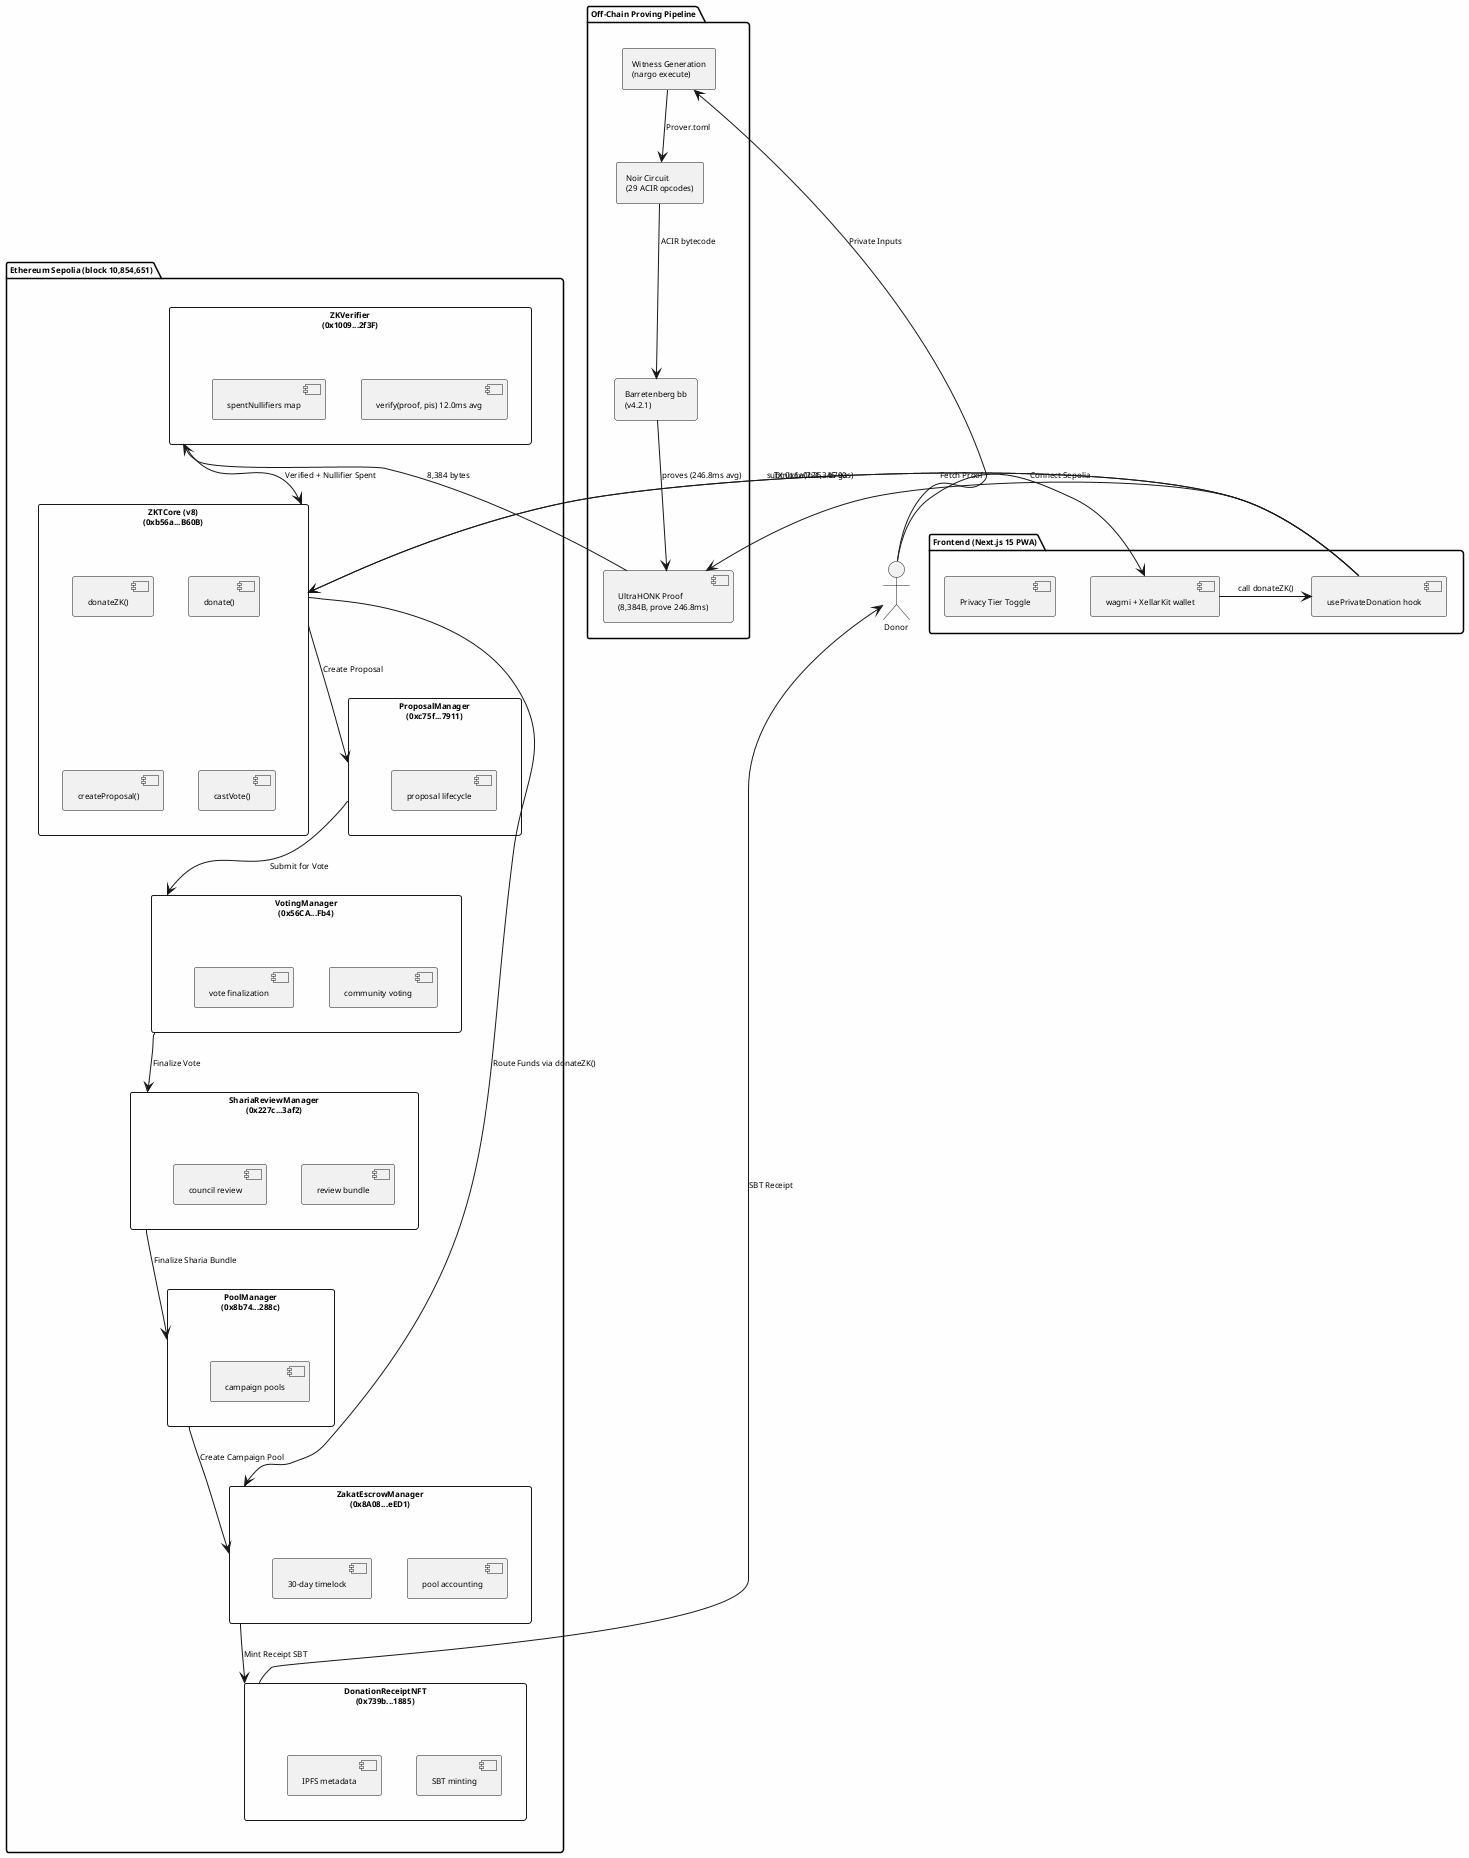
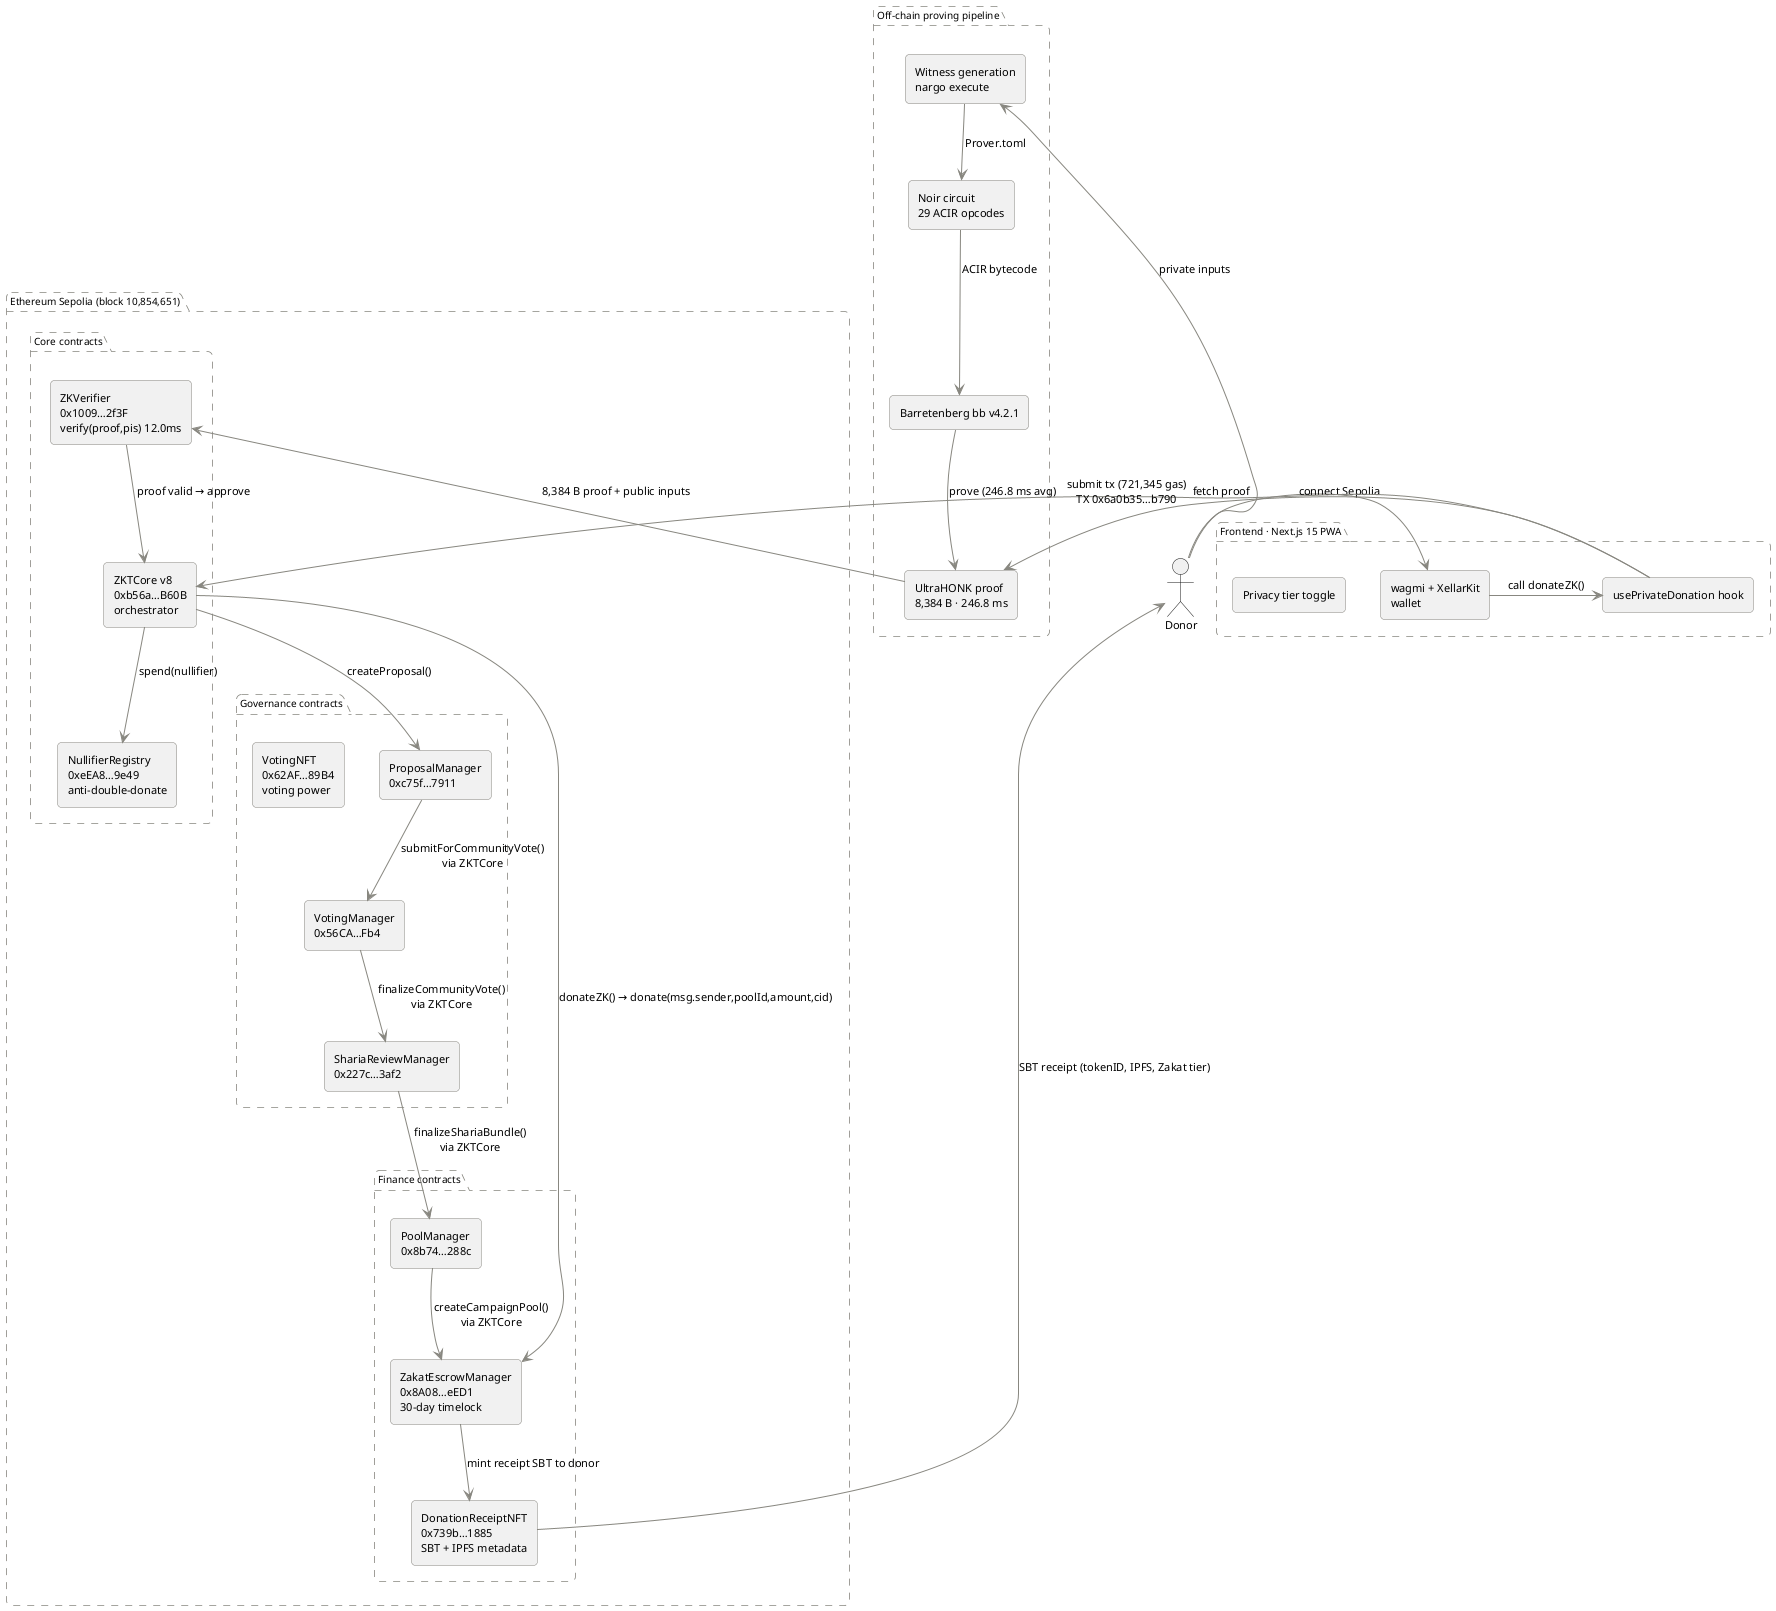
@startuml
- skinparam backgroundColor #FEFEFE
+ skinparam backgroundColor transparent
skinparam shadowing false
skinparam defaultFontName Arial
- skinparam defaultFontSize 8
- skinparam packagePadding 2
- skinparam nodePadding 2
+ skinparam defaultFontSize 11
+ skinparam ArrowColor #888780
+ skinparam ArrowThickness 1

+ skinparam rectangle {
+   BorderColor #888780
+   BorderThickness 0.5
+   RoundCorner 8
+ }
+ 
+ skinparam package {
+   BorderColor #888780
+   BorderThickness 0.8
+   BorderStyle dashed
+   RoundCorner 10
+   FontStyle plain
+   FontSize 10
+ }
+ 
+ skinparam component {
+   BorderColor #888780
+   BorderThickness 0.5
+   RoundCorner 6
+   FontSize 10
+ }

actor Donor

- package "Off-Chain Proving Pipeline" {
-   rectangle "Noir Circuit\n(29 ACIR opcodes)" as Circuit
-   rectangle "Barretenberg bb\n(v4.2.1)" as BB
-   rectangle "Witness Generation\n(nargo execute)" as Witness
-   component "UltraHONK Proof\n(8,384B, prove 246.8ms)" as Proof
+ ' ── Off-chain proving pipeline ──
+ package "Off-chain proving pipeline" {
+   rectangle "Witness generation\nnargo execute" as Witness
+   rectangle "Noir circuit\n29 ACIR opcodes" as Circuit
+   rectangle "Barretenberg bb v4.2.1" as BB
+   rectangle "UltraHONK proof\n8,384 B · 246.8 ms" as Proof
}

+ ' ── Ethereum Sepolia ──
package "Ethereum Sepolia (block 10,854,651)" {
-   rectangle "ZKVerifier\n(0x1009...2f3F)" as Verifier {
-     component "verify(proof, pis) 12.0ms avg"
-     component "spentNullifiers map"
+ 
+   package "Core contracts" {
+     rectangle "ZKVerifier\n0x1009…2f3F\nverify(proof,pis) 12.0ms" as Verifier
+     rectangle "ZKTCore v8\n0xb56a…B60B\norchestrator" as ZKTCore
+     rectangle "NullifierRegistry\n0xeEA8…9e49\nanti-double-donate" as Nullifier
  }
-   rectangle "ZKTCore (v8)\n(0xb56a...B60B)" as Core {
-     component "donateZK()"
-     component "donate()"
-     component "createProposal()"
-     component "castVote()"
+ 
+   package "Governance contracts" {
+     rectangle "ProposalManager\n0xc75f…7911" as PropMgr
+     rectangle "VotingManager\n0x56CA…Fb4" as VoteMgr
+     rectangle "VotingNFT\n0x62AF…89B4\nvoting power" as VNFT
+     rectangle "ShariaReviewManager\n0x227c…3af2" as ShariaMgr
  }
-   rectangle "ProposalManager\n(0xc75f...7911)" as PropMgr {
-     component "proposal lifecycle"
-   }
-   rectangle "VotingManager\n(0x56CA...Fb4)" as VoteMgr {
-     component "community voting"
-     component "vote finalization"
-   }
-   rectangle "ShariaReviewManager\n(0x227c...3af2)" as ShariaMgr {
-     component "review bundle"
-     component "council review"
-   }
-   rectangle "PoolManager\n(0x8b74...288c)" as PoolMgr {
-     component "campaign pools"
-   }
-   rectangle "ZakatEscrowManager\n(0x8A08...eED1)" as Escrow {
-     component "pool accounting"
-     component "30-day timelock"
-   }
-   rectangle "DonationReceiptNFT\n(0x739b...1885)" as NFT {
-     component "SBT minting"
-     component "IPFS metadata"
+ 
+   package "Finance contracts" {
+     rectangle "PoolManager\n0x8b74…288c" as PoolMgr
+     rectangle "ZakatEscrowManager\n0x8A08…eED1\n30-day timelock" as Escrow
+     rectangle "DonationReceiptNFT\n0x739b…1885\nSBT + IPFS metadata" as NFT
  }
}

- package "Frontend (Next.js 15 PWA)" as FE {
-   component "usePrivateDonation hook" as Hook
-   component "Privacy Tier Toggle" as Toggle
-   component "wagmi + XellarKit wallet" as Wallet
+ ' ── Frontend ──
+ package "Frontend · Next.js 15 PWA" {
+   rectangle "wagmi + XellarKit\nwallet" as Wallet
+   rectangle "usePrivateDonation hook" as Hook
+   rectangle "Privacy tier toggle" as Toggle
}

- Donor --> Witness : Private Inputs
- Witness --> Circuit : Prover.toml
- Circuit --> BB : ACIR bytecode
- BB --> Proof : proves (246.8ms avg)
- Proof --> Verifier : 8,384 bytes
- Verifier --> Core : Verified + Nullifier Spent
- Core --> PropMgr : Create Proposal
- PropMgr --> VoteMgr : Submit for Vote
- VoteMgr --> ShariaMgr : Finalize Vote
- ShariaMgr --> PoolMgr : Finalize Sharia Bundle
- PoolMgr --> Escrow : Create Campaign Pool
- Core --> Escrow : Route Funds via donateZK()
- Escrow --> NFT : Mint Receipt SBT
- NFT --> Donor : SBT Receipt
+ ' ── Off-chain flow ──
+ Donor     --> Witness  : private inputs
+ Witness   --> Circuit  : Prover.toml
+ Circuit   --> BB       : ACIR bytecode
+ BB        --> Proof    : prove (246.8 ms avg)

- Donor -> Wallet : Connect Sepolia
- Wallet -> Hook : call donateZK()
- Hook -> Proof : Fetch Proof
- Hook -> Core : submit tx (721,345 gas)
- Hook -> Core : TX 0x6a0b35...b790
+ ' ── On-chain flow ──
+ Proof     --> Verifier  : 8,384 B proof + public inputs
+ Verifier  --> ZKTCore   : proof valid → approve
+ ZKTCore   --> Nullifier : spend(nullifier)
+ ZKTCore   --> PropMgr   : createProposal()
+ PropMgr   --> VoteMgr   : submitForCommunityVote()\nvia ZKTCore
+ VoteMgr   --> ShariaMgr : finalizeCommunityVote()\nvia ZKTCore
+ ShariaMgr --> PoolMgr   : finalizeShariaBundle()\nvia ZKTCore
+ PoolMgr   --> Escrow    : createCampaignPool()\nvia ZKTCore
+ ZKTCore   --> Escrow    : donateZK() → donate(msg.sender,poolId,amount,cid)
+ Escrow    --> NFT       : mint receipt SBT to donor
+ NFT       --> Donor     : SBT receipt (tokenID, IPFS, Zakat tier)

- @enduml
+ ' ── Frontend flow ──
+ Donor  -> Wallet  : connect Sepolia
+ Wallet -> Hook    : call donateZK()
+ Hook   -> Proof   : fetch proof
+ Hook   -> ZKTCore : submit tx (721,345 gas)\nTX 0x6a0b35…b790
+ 
+ @enduml